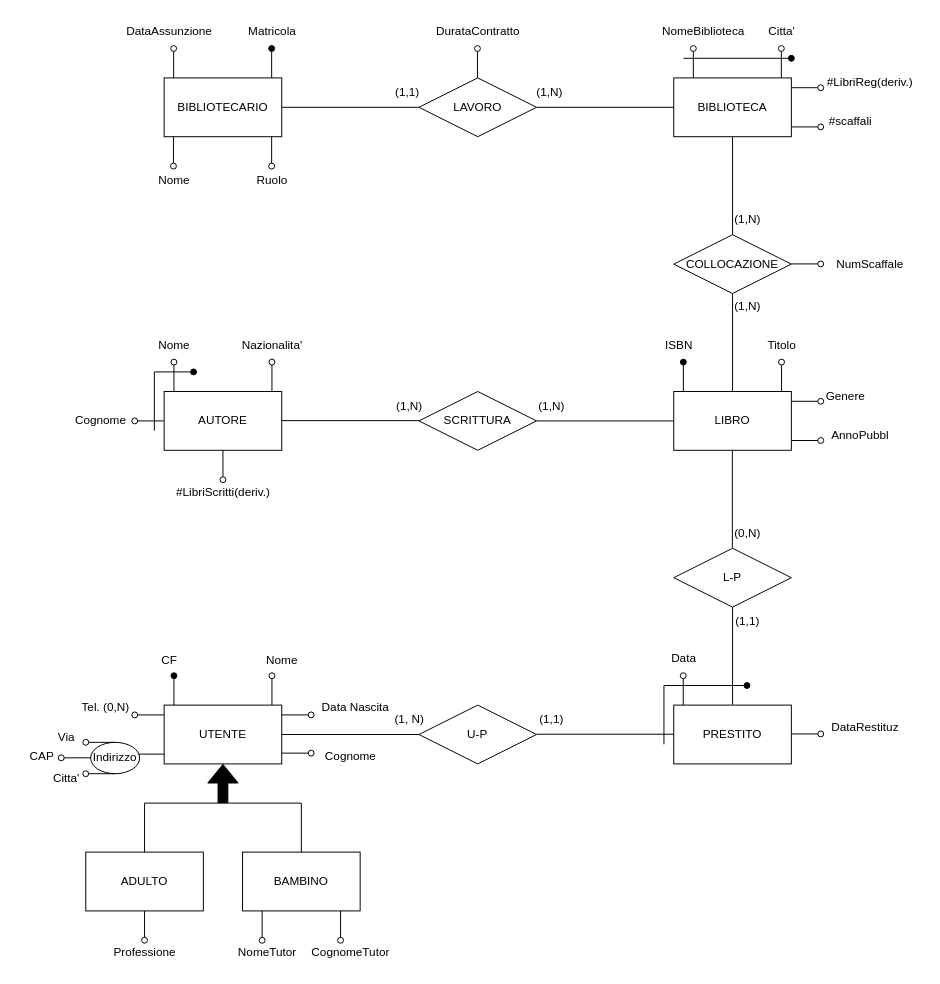
alexbnls/BasiDati keeps this draw.io diagram as Biblioteca.drawio. Above is the earlier version. Source tidied: cells renumbered, new cells numbered last; positions are measured from the earlier drawing's top-left corner, leaving out a move shared by most shapes. Both pictures are drawn from the tidied source at 98%, with x=0, y=0 at pixel (17, 17).
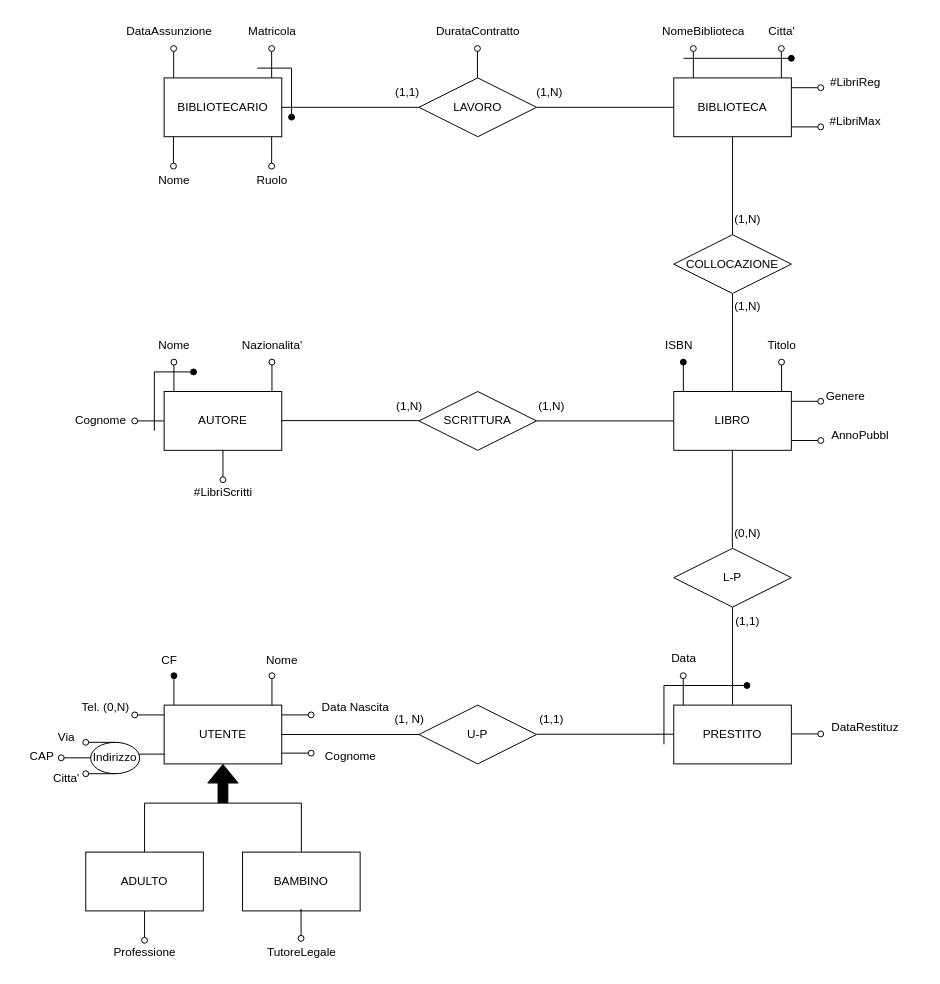
The same diagram, later.

Diff of the diagram source:
```diff
@@
-    <mxCell id="73" value="#LibriReg(deriv.)" style="text;html=1;align=center;verticalAlign=middle;strokeColor=none;fillColor=none;" parent="1" vertex="1">
-      <mxGeometry x="815" y="52" width="110" height="30" as="geometry" />
+    <mxCell id="73" value="#LibriReg" style="text;html=1;align=center;verticalAlign=middle;strokeColor=none;fillColor=none;" parent="1" vertex="1">
+      <mxGeometry x="820" y="52" width="70" height="30" as="geometry" />
     </mxCell>
@@
-    <mxCell id="80" style="endArrow=oval;html=1;rounded=0;endFill=1;" parent="1" edge="1">
+    <mxCell id="80" style="endArrow=oval;html=1;rounded=0;endFill=0;" parent="1" edge="1">
       <mxGeometry relative="1" as="geometry">
         <mxPoint x="259.7" y="62" as="sourcePoint" />
         <mxPoint x="259.7" y="32" as="targetPoint" />
       </mxGeometry>
     </mxCell>
@@
-    <mxCell id="90" value="#scaffali" style="text;html=1;align=center;verticalAlign=middle;strokeColor=none;fillColor=none;" parent="1" vertex="1">
-      <mxGeometry x="815" y="92" width="70" height="30" as="geometry" />
+    <mxCell id="90" value="#LibriMax" style="text;html=1;align=center;verticalAlign=middle;strokeColor=none;fillColor=none;" parent="1" vertex="1">
+      <mxGeometry x="815" y="92" width="80" height="30" as="geometry" />
     </mxCell>
@@
-    <mxCell id="95" style="endArrow=oval;html=1;rounded=0;endFill=0;" parent="1" edge="1">
-      <mxGeometry relative="1" as="geometry">
-        <mxPoint x="790" y="251.8" as="sourcePoint" />
-        <mxPoint x="820" y="251.8" as="targetPoint" />
-      </mxGeometry>
-    </mxCell>
-    <mxCell id="96" value="NumScaffale" style="text;html=1;align=center;verticalAlign=middle;strokeColor=none;fillColor=none;" parent="1" vertex="1">
-      <mxGeometry x="825" y="237" width="90" height="30" as="geometry" />
-    </mxCell>
@@
     <mxCell id="98" style="endArrow=oval;html=1;rounded=0;endFill=0;" parent="1" edge="1">
       <mxGeometry relative="1" as="geometry">
-        <mxPoint x="250" y="912" as="sourcePoint" />
-        <mxPoint x="250" y="942" as="targetPoint" />
+        <mxPoint x="289.7" y="910" as="sourcePoint" />
+        <mxPoint x="289.7" y="940" as="targetPoint" />
       </mxGeometry>
     </mxCell>
@@
-    <mxCell id="100" value="NomeTutor" style="text;html=1;align=center;verticalAlign=middle;strokeColor=none;fillColor=none;" parent="1" vertex="1">
-      <mxGeometry x="215" y="940" width="80" height="30" as="geometry" />
+    <mxCell id="100" value="TutoreLegale" style="text;html=1;align=center;verticalAlign=middle;strokeColor=none;fillColor=none;" parent="1" vertex="1">
+      <mxGeometry x="245" y="940" width="90" height="30" as="geometry" />
     </mxCell>
-    <mxCell id="101" style="endArrow=oval;html=1;rounded=0;endFill=0;" parent="1" edge="1">
-      <mxGeometry relative="1" as="geometry">
-        <mxPoint x="330" y="912" as="sourcePoint" />
-        <mxPoint x="330" y="942" as="targetPoint" />
-      </mxGeometry>
-    </mxCell>
-    <mxCell id="102" value="CognomeTutor" style="text;html=1;align=center;verticalAlign=middle;strokeColor=none;fillColor=none;" parent="1" vertex="1">
-      <mxGeometry x="290" y="940" width="100" height="30" as="geometry" />
-    </mxCell>
@@
-    <mxCell id="104" value="#LibriScritti(deriv.)" style="text;html=1;align=center;verticalAlign=middle;strokeColor=none;fillColor=none;" parent="1" vertex="1">
-      <mxGeometry x="150" y="470" width="120" height="30" as="geometry" />
+    <mxCell id="104" value="#LibriScritti" style="text;html=1;align=center;verticalAlign=middle;strokeColor=none;fillColor=none;" parent="1" vertex="1">
+      <mxGeometry x="170" y="470" width="80" height="30" as="geometry" />
     </mxCell>
+    <mxCell id="105" style="endArrow=oval;html=1;rounded=0;endFill=1;" parent="1" edge="1">
+      <mxGeometry relative="1" as="geometry">
+        <mxPoint x="245" y="52" as="sourcePoint" />
+        <mxPoint x="280" y="102" as="targetPoint" />
+        <Array as="points">
+          <mxPoint x="280" y="52" />
+        </Array>
+      </mxGeometry>
+    </mxCell>
```
